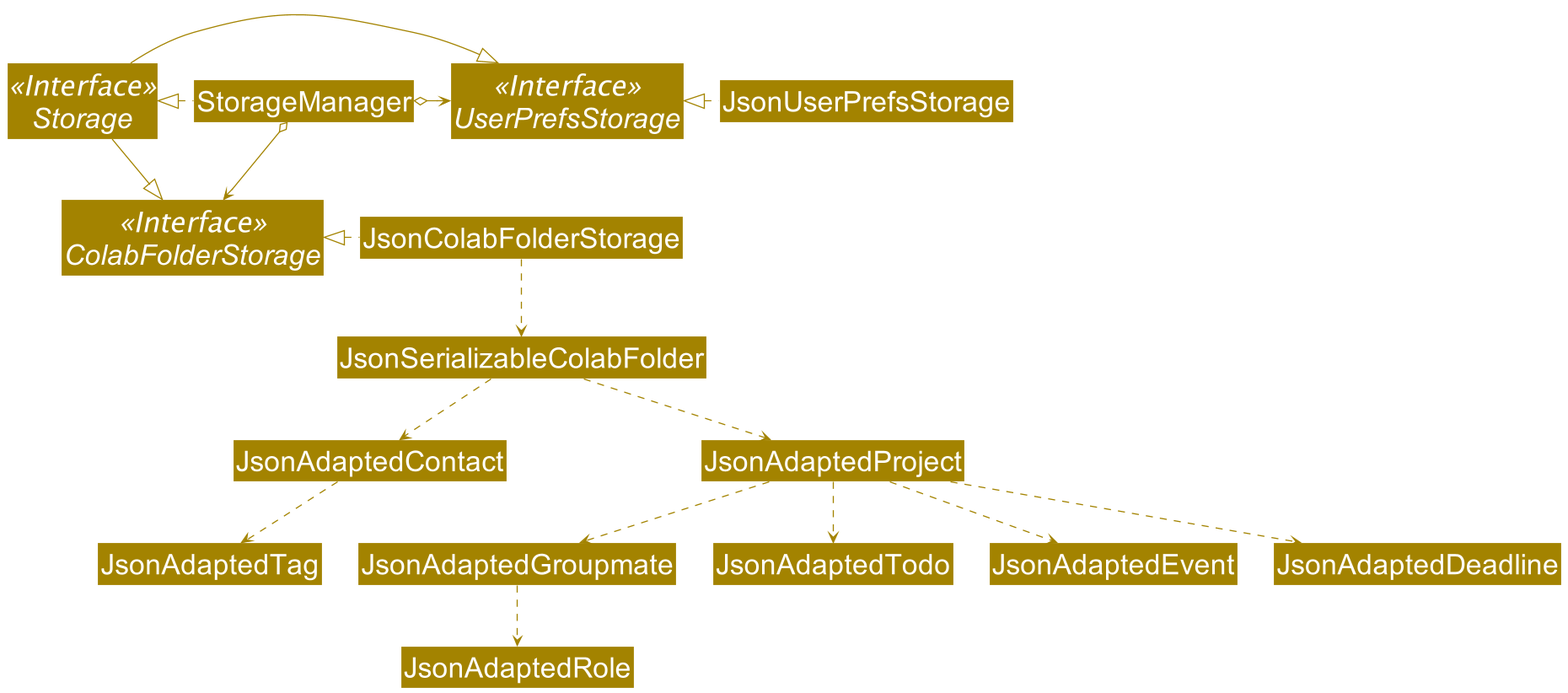
Earlier version of the PlantUML export docs/images/StorageClassDiagram.png (nus-cs2103-AY2021S2/tp).
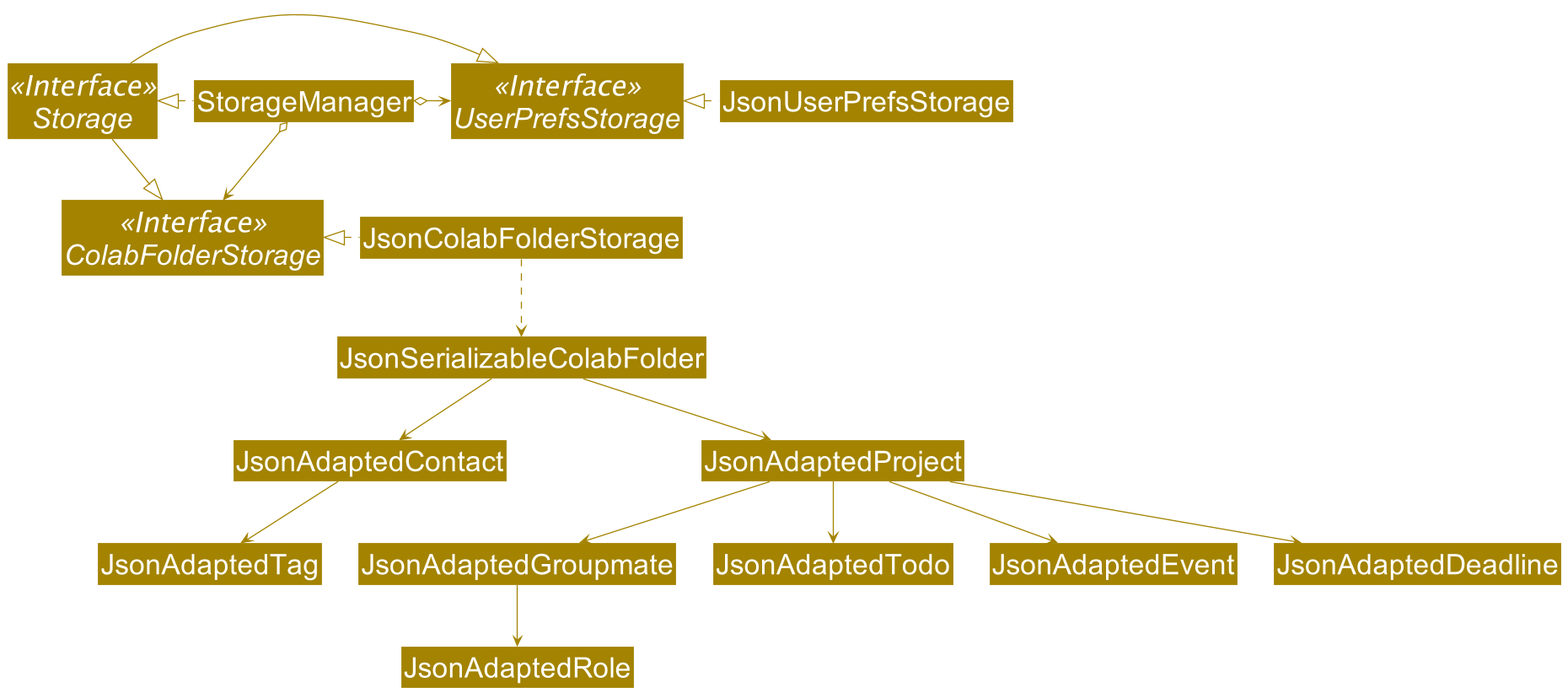
After the change.

Commit message:
Update storage class diagram

What changed in the source:
```diff
@@ -24,14 +24,14 @@
 JsonColabFolderStorage .left.|> ColabFolderStorage
 JsonColabFolderStorage .down.> JsonSerializableColabFolder
 
-JsonSerializableColabFolder ..> JsonAdaptedContact
-JsonSerializableColabFolder ..> JsonAdaptedProject
+JsonSerializableColabFolder --> JsonAdaptedContact
+JsonSerializableColabFolder --> JsonAdaptedProject
 
-JsonAdaptedProject ..> JsonAdaptedGroupmate
-JsonAdaptedProject ..> JsonAdaptedTodo
-JsonAdaptedProject ..> JsonAdaptedEvent
-JsonAdaptedProject ..> JsonAdaptedDeadline
+JsonAdaptedProject --> JsonAdaptedGroupmate
+JsonAdaptedProject --> JsonAdaptedTodo
+JsonAdaptedProject --> JsonAdaptedEvent
+JsonAdaptedProject --> JsonAdaptedDeadline
 
-JsonAdaptedContact ..> JsonAdaptedTag
-JsonAdaptedGroupmate ..> JsonAdaptedRole
+JsonAdaptedContact --> JsonAdaptedTag
+JsonAdaptedGroupmate --> JsonAdaptedRole
 @enduml
```
